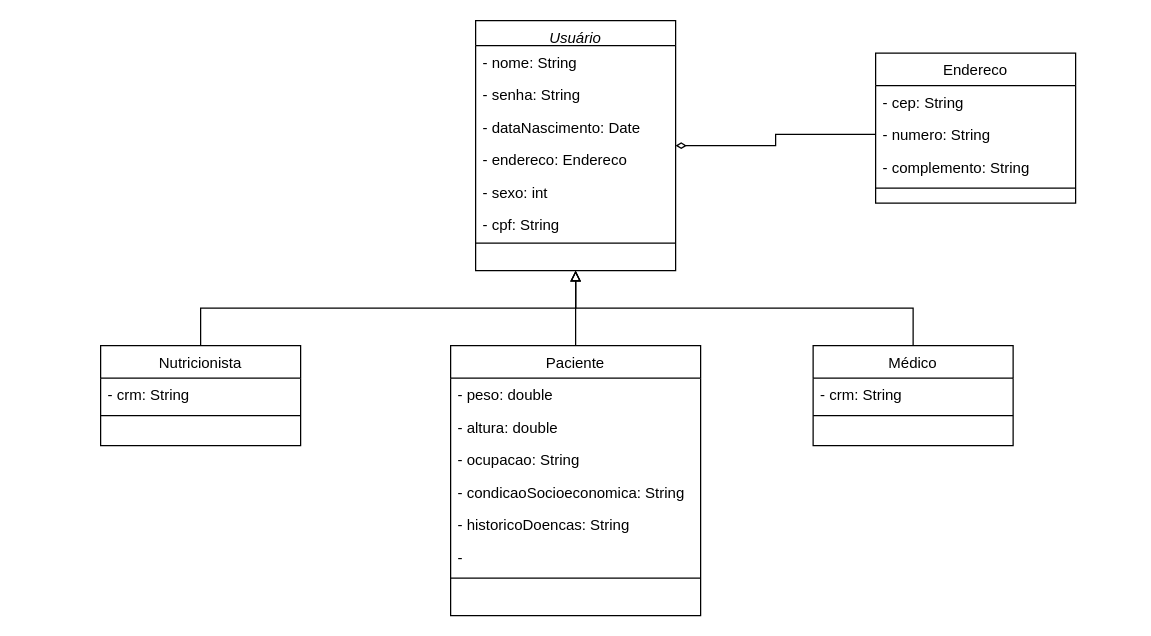
GabrielSilvaRodrigues/delimeter_app keeps this draw.io diagram as diagrama_de_dominio.drawio. Above is the earlier version. Source tidied: cells renumbered, new cells numbered last; positions are measured from the earlier drawing's top-left corner, leaving out a move shared by most shapes. Both pictures are drawn from the tidied source at 125%, with x=0, y=0 at pixel (100, 20).
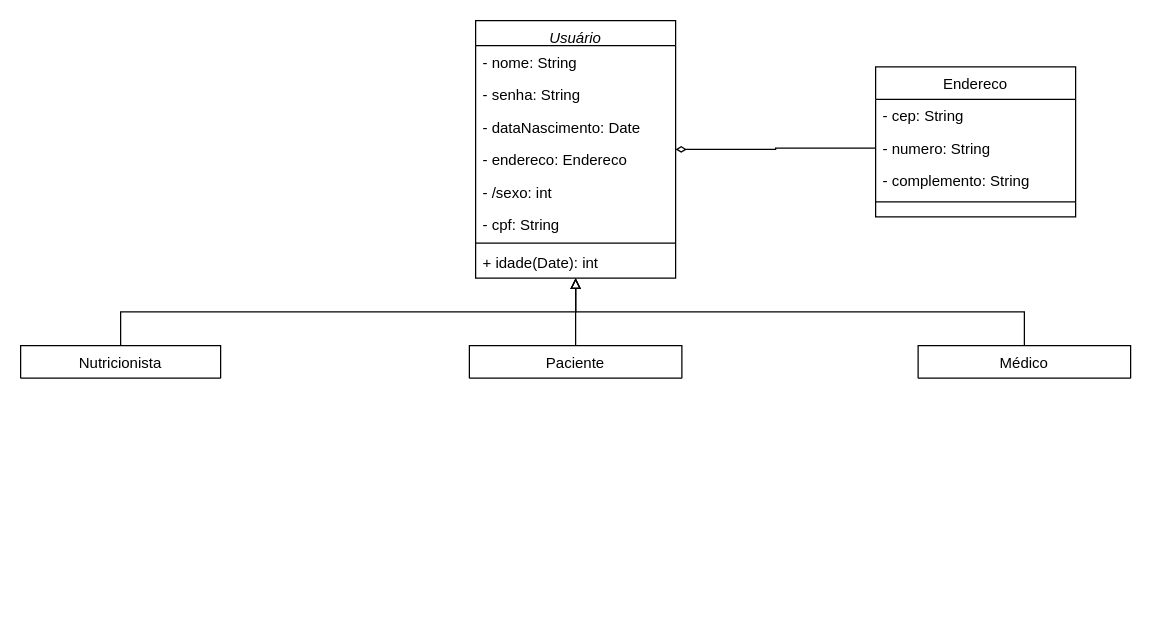
The same page after the edit.

What changed in the source:
```diff
@@
     <mxCell id="2" value="Usuário" style="swimlane;fontStyle=2;align=center;verticalAlign=top;horizontal=1;startSize=20;rounded=0;shadow=0;strokeWidth=1;" parent="1" vertex="1">
-      <mxGeometry x="300" width="160" height="200" as="geometry" />
+      <mxGeometry x="300" width="160" height="206" as="geometry" />
     </mxCell>
@@
-    <mxCell id="7" value="- sexo: int" style="text;align=left;verticalAlign=top;spacingLeft=4;spacingRight=4;overflow=hidden;rounded=0;shadow=0;html=0;" parent="2" vertex="1">
+    <mxCell id="7" value="- /sexo: int" style="text;align=left;verticalAlign=top;spacingLeft=4;spacingRight=4;overflow=hidden;rounded=0;shadow=0;html=0;" parent="2" vertex="1">
       <mxGeometry y="124" width="160" height="26" as="geometry" />
     </mxCell>
@@
+    <mxCell id="33" value="+ idade(Date): int" style="text;align=left;verticalAlign=top;spacingLeft=4;spacingRight=4;overflow=hidden;" parent="2" vertex="1">
+      <mxGeometry y="180" width="160" height="26" as="geometry" />
+    </mxCell>
@@
-    <mxCell id="11" value="Nutricionista" style="swimlane;fontStyle=0;align=center;verticalAlign=top;horizontal=1;startSize=26;rounded=0;shadow=0;strokeWidth=1;" parent="1" vertex="1">
-      <mxGeometry y="260" width="160" height="80" as="geometry" />
+    <mxCell id="11" value="Nutricionista" style="swimlane;fontStyle=0;align=center;verticalAlign=top;horizontal=1;startSize=26;rounded=0;shadow=0;strokeWidth=1;" parent="1" vertex="1" collapsed="1">
+      <mxGeometry x="-64" y="260" width="160" height="26" as="geometry" />
     </mxCell>
-    <mxCell id="12" value="- crm: String" style="text;align=left;verticalAlign=top;spacingLeft=4;spacingRight=4;overflow=hidden;" parent="11" vertex="1">
-      <mxGeometry y="26" width="160" height="26" as="geometry" />
-    </mxCell>
-    <mxCell id="13" style="line;html=1;strokeWidth=1;align=left;verticalAlign=middle;spacingTop=-1;spacingLeft=3;spacingRight=3;labelPosition=right;" parent="11" vertex="1">
-      <mxGeometry y="52" width="160" height="8" as="geometry" />
-    </mxCell>
@@
-    <mxCell id="15" value="Médico" style="swimlane;fontStyle=0;align=center;verticalAlign=top;horizontal=1;startSize=26;rounded=0;shadow=0;strokeWidth=1;" parent="1" vertex="1">
-      <mxGeometry x="570" y="260" width="160" height="80" as="geometry" />
+    <mxCell id="15" value="Médico" style="swimlane;fontStyle=0;align=center;verticalAlign=top;horizontal=1;startSize=26;rounded=0;shadow=0;strokeWidth=1;" parent="1" vertex="1" collapsed="1">
+      <mxGeometry x="654" y="260" width="170" height="26" as="geometry" />
     </mxCell>
-    <mxCell id="16" value="- crm: String" style="text;align=left;verticalAlign=top;spacingLeft=4;spacingRight=4;overflow=hidden;" parent="15" vertex="1">
-      <mxGeometry y="26" width="160" height="26" as="geometry" />
-    </mxCell>
-    <mxCell id="17" style="line;html=1;strokeWidth=1;align=left;verticalAlign=middle;spacingTop=-1;spacingLeft=3;spacingRight=3;labelPosition=right;" parent="15" vertex="1">
-      <mxGeometry y="52" width="160" height="8" as="geometry" />
-    </mxCell>
     <mxCell id="18" value="Endereco" style="swimlane;fontStyle=0;align=center;verticalAlign=top;horizontal=1;startSize=26;rounded=0;shadow=0;strokeWidth=1;" parent="1" vertex="1">
-      <mxGeometry x="620" y="26" width="160" height="120" as="geometry" />
+      <mxGeometry x="620" y="37" width="160" height="120" as="geometry" />
     </mxCell>
@@
-    <mxCell id="24" value="Paciente" style="swimlane;fontStyle=0;align=center;verticalAlign=top;horizontal=1;startSize=26;rounded=0;shadow=0;strokeWidth=1;" parent="1" vertex="1">
-      <mxGeometry x="280" y="260" width="200" height="216" as="geometry" />
+    <mxCell id="24" value="Paciente" style="swimlane;fontStyle=0;align=center;verticalAlign=top;horizontal=1;startSize=26;rounded=0;shadow=0;strokeWidth=1;" parent="1" vertex="1" collapsed="1">
+      <mxGeometry x="295" y="260" width="170" height="26" as="geometry" />
     </mxCell>
-    <mxCell id="25" value="- peso: double" style="text;align=left;verticalAlign=top;spacingLeft=4;spacingRight=4;overflow=hidden;" parent="24" vertex="1">
-      <mxGeometry y="26" width="200" height="26" as="geometry" />
-    </mxCell>
-    <mxCell id="26" value="- altura: double" style="text;align=left;verticalAlign=top;spacingLeft=4;spacingRight=4;overflow=hidden;" parent="24" vertex="1">
-      <mxGeometry y="52" width="200" height="26" as="geometry" />
-    </mxCell>
-    <mxCell id="27" value="- ocupacao: String" style="text;align=left;verticalAlign=top;spacingLeft=4;spacingRight=4;overflow=hidden;" parent="24" vertex="1">
-      <mxGeometry y="78" width="200" height="26" as="geometry" />
-    </mxCell>
-    <mxCell id="28" value="- condicaoSocioeconomica: String" style="text;align=left;verticalAlign=top;spacingLeft=4;spacingRight=4;overflow=hidden;" parent="24" vertex="1">
-      <mxGeometry y="104" width="200" height="26" as="geometry" />
-    </mxCell>
-    <mxCell id="29" value="- historicoDoencas: String" style="text;align=left;verticalAlign=top;spacingLeft=4;spacingRight=4;overflow=hidden;" parent="24" vertex="1">
-      <mxGeometry y="130" width="200" height="26" as="geometry" />
-    </mxCell>
-    <mxCell id="30" value="- " style="text;align=left;verticalAlign=top;spacingLeft=4;spacingRight=4;overflow=hidden;" parent="24" vertex="1">
-      <mxGeometry y="156" width="200" height="26" as="geometry" />
-    </mxCell>
-    <mxCell id="31" style="line;html=1;strokeWidth=1;align=left;verticalAlign=middle;spacingTop=-1;spacingLeft=3;spacingRight=3;labelPosition=right;" parent="24" vertex="1">
-      <mxGeometry y="182" width="200" height="8" as="geometry" />
-    </mxCell>
```
